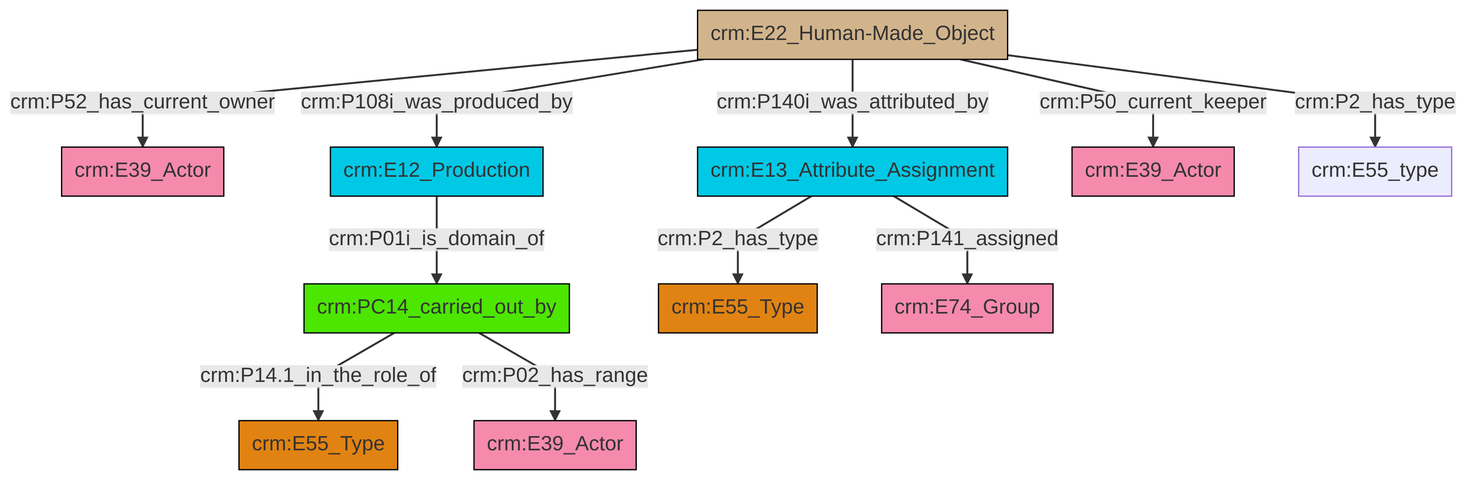
Above: et/artworkCSV/ttl/mmd/png/Artwork_Actor_Relations.png in swiss-art-research-net/docs.swissartresearch (Mermaid), before the change. Its source is kept beside it as et/artworkCSV/ttl/mmd/Artwork_Actor_Relations.ttl.mmd.
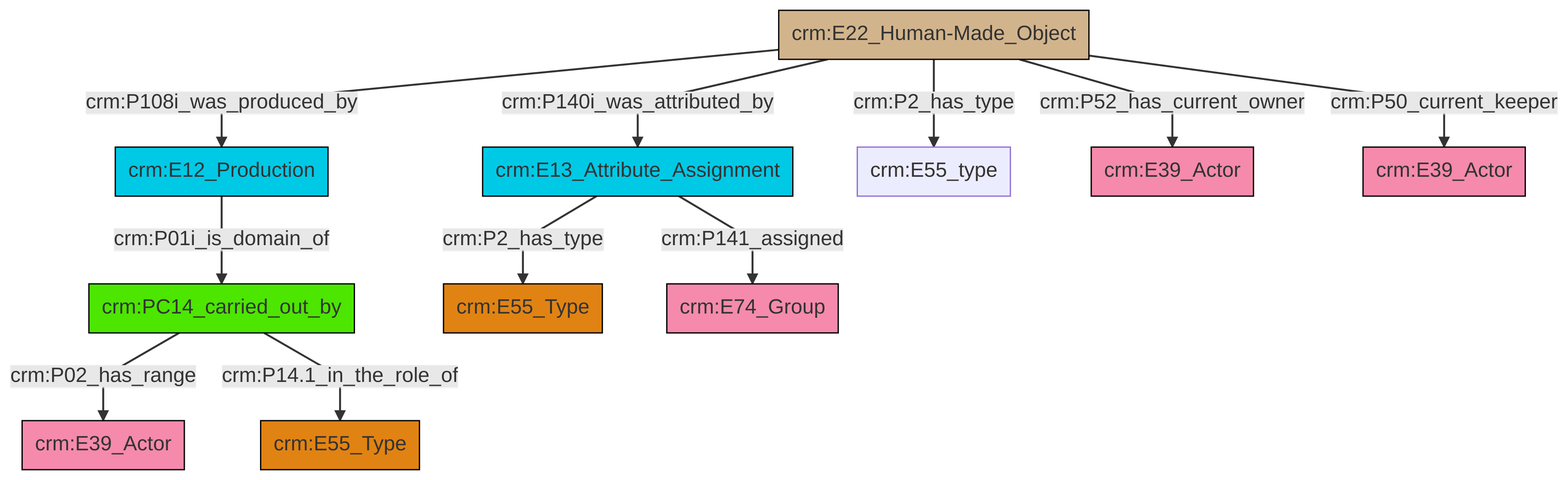
After the commit.

Change to the diagram source:
```diff
@@ -13,13 +13,13 @@
 classDef PC_Classes fill:#4ce600, stroke:#000000;
 classDef Multi fill:#cccccc,stroke:#000000;
 
-0["crm:E22_Human-Made_Object"]:::Physical_Thing -->|crm:P52_has_current_owner| 1["crm:E39_Actor"]:::Actor
-3["crm:PC14_carried_out_by"]:::PC_Classes -->|crm:P14.1_in_the_role_of| 4["crm:E55_Type"]:::Type
-8["crm:E13_Attribute_Assignment"]:::Temporal_Entity -->|crm:P141_assigned| 9["crm:E74_Group"]:::Actor
-0["crm:E22_Human-Made_Object"]:::Physical_Thing -->|crm:P108i_was_produced_by| 10["crm:E12_Production"]:::Temporal_Entity
-0["crm:E22_Human-Made_Object"]:::Physical_Thing -->|crm:P50_current_keeper| 12["crm:E39_Actor"]:::Actor
-0["crm:E22_Human-Made_Object"]:::Physical_Thing -->|crm:P2_has_type| 13["crm:E55_type"]:::Default
-0["crm:E22_Human-Made_Object"]:::Physical_Thing -->|crm:P140i_was_attributed_by| 8["crm:E13_Attribute_Assignment"]:::Temporal_Entity
-8["crm:E13_Attribute_Assignment"]:::Temporal_Entity -->|crm:P2_has_type| 6["crm:E55_Type"]:::Type
-10["crm:E12_Production"]:::Temporal_Entity -->|crm:P01i_is_domain_of| 3["crm:PC14_carried_out_by"]:::PC_Classes
-3["crm:PC14_carried_out_by"]:::PC_Classes -->|crm:P02_has_range| 17["crm:E39_Actor"]:::Actor
+0["crm:E12_Production"]:::Temporal_Entity -->|crm:P01i_is_domain_of| 1["crm:PC14_carried_out_by"]:::PC_Classes
+1["crm:PC14_carried_out_by"]:::PC_Classes -->|crm:P02_has_range| 2["crm:E39_Actor"]:::Actor
+3["crm:E13_Attribute_Assignment"]:::Temporal_Entity -->|crm:P2_has_type| 4["crm:E55_Type"]:::Type
+3["crm:E13_Attribute_Assignment"]:::Temporal_Entity -->|crm:P141_assigned| 5["crm:E74_Group"]:::Actor
+6["crm:E22_Human-Made_Object"]:::Physical_Thing -->|crm:P140i_was_attributed_by| 3["crm:E13_Attribute_Assignment"]:::Temporal_Entity
+1["crm:PC14_carried_out_by"]:::PC_Classes -->|crm:P14.1_in_the_role_of| 8["crm:E55_Type"]:::Type
+6["crm:E22_Human-Made_Object"]:::Physical_Thing -->|crm:P2_has_type| 11["crm:E55_type"]:::Default
+6["crm:E22_Human-Made_Object"]:::Physical_Thing -->|crm:P52_has_current_owner| 12["crm:E39_Actor"]:::Actor
+6["crm:E22_Human-Made_Object"]:::Physical_Thing -->|crm:P50_current_keeper| 16["crm:E39_Actor"]:::Actor
+6["crm:E22_Human-Made_Object"]:::Physical_Thing -->|crm:P108i_was_produced_by| 0["crm:E12_Production"]:::Temporal_Entity
```
